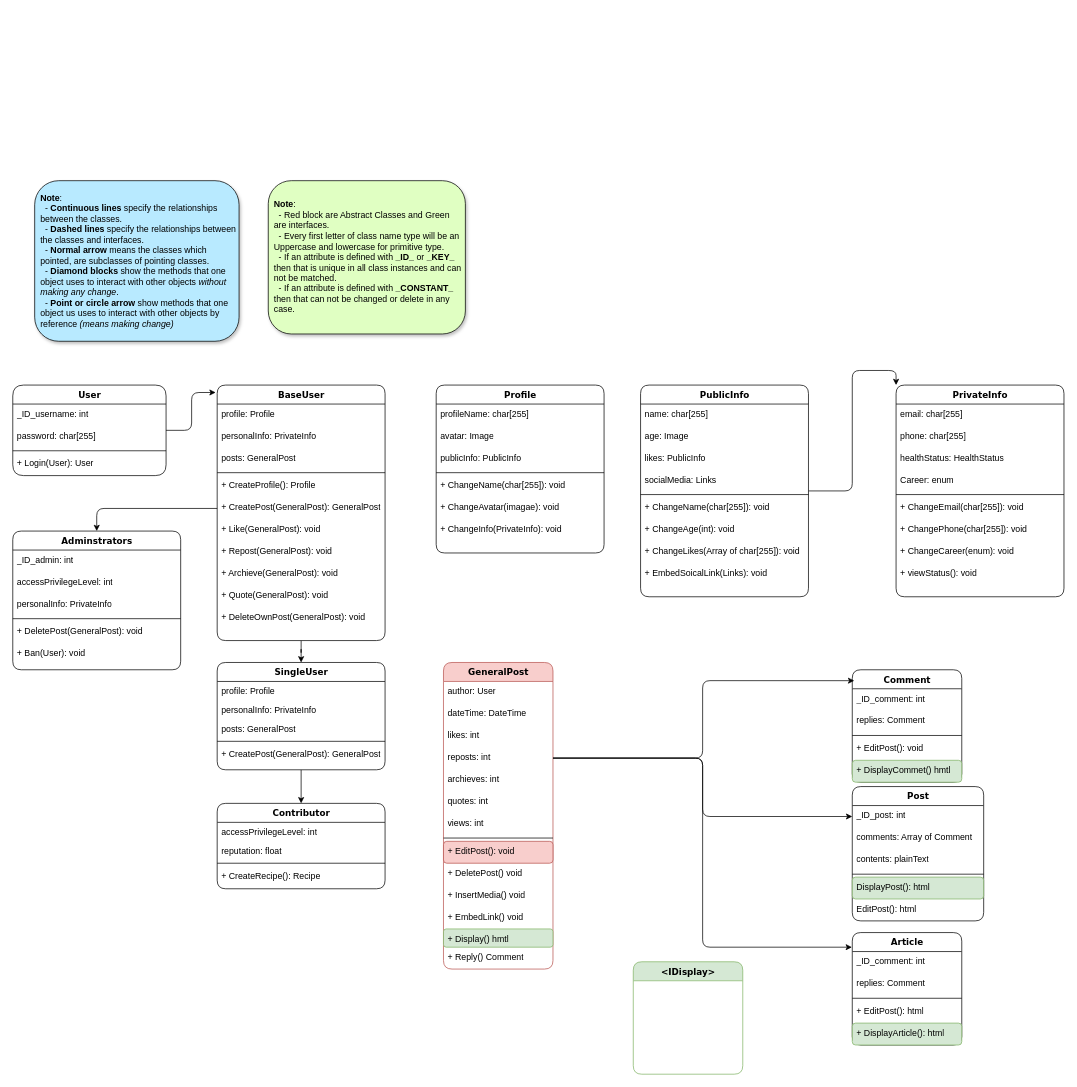
This is Class_Diagram.drawio from KyoTranKMA/DRP-Website, a draw.io file, before an edit. Source tidied: cells renumbered, new cells numbered last; positions are measured from the earlier drawing's top-left corner, leaving out a move shared by most shapes. Both pictures are drawn from the tidied source at 73%, with x=0, y=0 at pixel (12, 180).
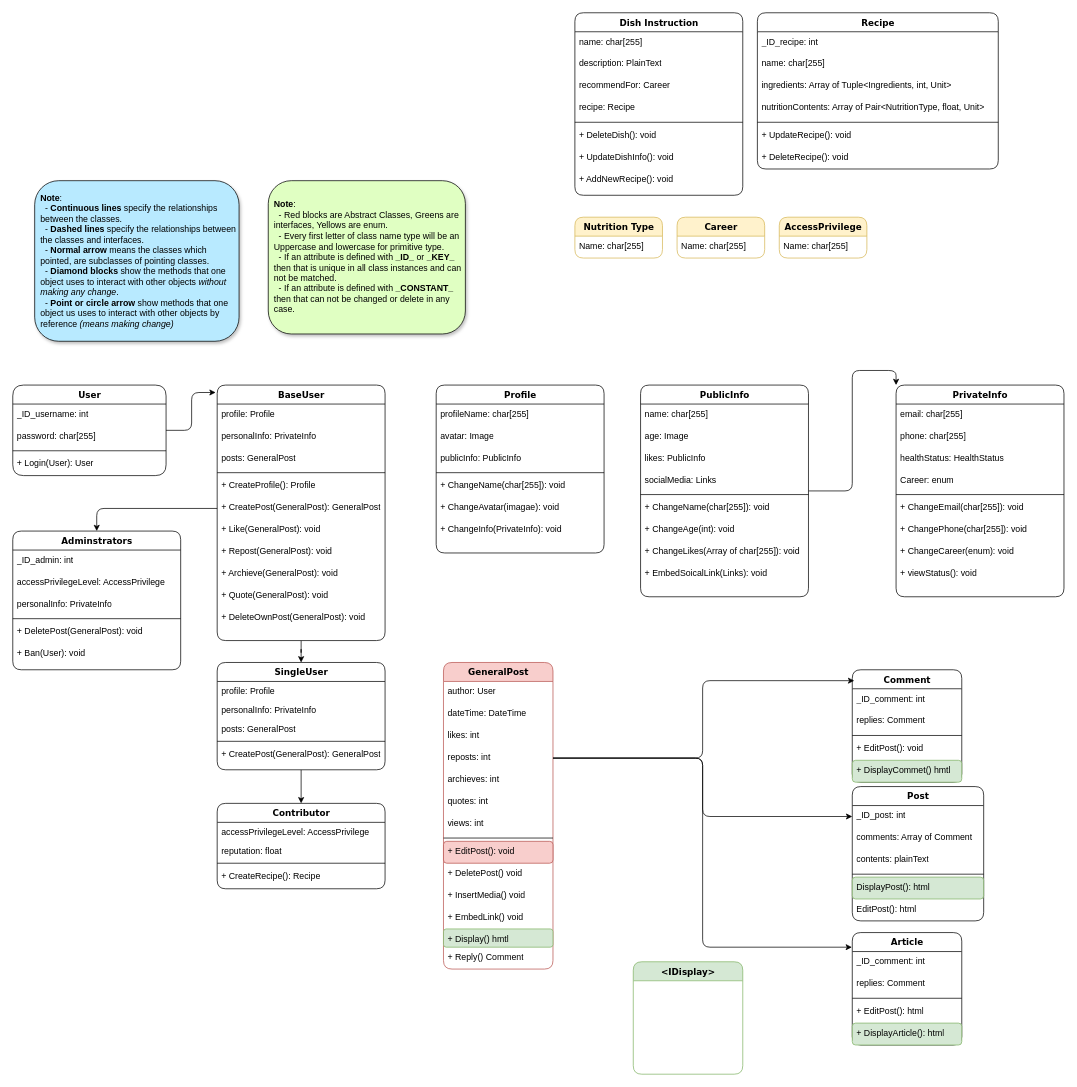
Above is the later version.

The change refers to these unchanged cells:
```xml
<mxCell id="53" value="Adminstrators" style="swimlane;html=1;fontStyle=1;align=center;verticalAlign=top;horizontal=1;startSize=26;swimlaneFillColor=#ffffff;rounded=1;shadow=0;comic=0;labelBackgroundColor=none;strokeWidth=1;fillColor=none;fontFamily=Verdana;fontSize=12;" parent="1" vertex="1">
  <mxGeometry y="480" width="230" height="190" as="geometry" />
</mxCell>
<mxCell id="61" value="Contributor" style="swimlane;html=1;fontStyle=1;align=center;verticalAlign=top;horizontal=1;startSize=26;swimlaneFillColor=#ffffff;rounded=1;shadow=0;comic=0;labelBackgroundColor=none;strokeWidth=1;fillColor=none;fontFamily=Verdana;fontSize=12;" parent="1" vertex="1">
  <mxGeometry x="280" y="853" width="230" height="117" as="geometry" />
</mxCell>
```

What changed in the source:
```diff
@@
-    <mxCell id="36" value="&lt;b&gt;Note&lt;/b&gt;:&amp;nbsp;&lt;br&gt;&amp;nbsp; - Red block are Abstract Classes and Green are interfaces.&lt;br&gt;&amp;nbsp; - Every first letter of class name type will be an Uppercase and lowercase for primitive type.&lt;br&gt;&amp;nbsp; - If an attribute is defined with &lt;b&gt;_ID_&amp;nbsp;&lt;/b&gt;or &lt;b&gt;_KEY_ &lt;/b&gt;then that is unique in all class instances and can not be matched.&amp;nbsp;&lt;br&gt;&amp;nbsp; - If an attribute is defined with &lt;b&gt;_CONSTANT_ &lt;/b&gt;then that can not be changed or delete in any case." style="rounded=1;html=1;fillColor=#E0FFC2;align=left;labelBackgroundColor=none;whiteSpace=wrap;spacing=3;spacingLeft=5;glass=0;shadow=1;" parent="1" vertex="1">
+    <mxCell id="36" value="&lt;b&gt;Note&lt;/b&gt;:&amp;nbsp;&lt;br&gt;&amp;nbsp; - Red blocks are Abstract Classes, Greens are interfaces, Yellows are enum.&lt;br&gt;&amp;nbsp; - Every first letter of class name type will be an Uppercase and lowercase for primitive type.&lt;br&gt;&amp;nbsp; - If an attribute is defined with &lt;b&gt;_ID_&amp;nbsp;&lt;/b&gt;or &lt;b&gt;_KEY_ &lt;/b&gt;then that is unique in all class instances and can not be matched.&amp;nbsp;&lt;br&gt;&amp;nbsp; - If an attribute is defined with &lt;b&gt;_CONSTANT_ &lt;/b&gt;then that can not be changed or delete in any case." style="rounded=1;html=1;fillColor=#E0FFC2;align=left;labelBackgroundColor=none;whiteSpace=wrap;spacing=3;spacingLeft=5;glass=0;shadow=1;" parent="1" vertex="1">
       <mxGeometry x="350" width="270" height="210" as="geometry" />
     </mxCell>
@@
-    <mxCell id="55" value="accessPrivilegeLevel: int" style="text;html=1;strokeColor=none;fillColor=none;align=left;verticalAlign=top;spacingLeft=4;spacingRight=4;whiteSpace=wrap;overflow=hidden;labelBackgroundColor=none;rounded=1;" parent="53" vertex="1">
+    <mxCell id="55" value="accessPrivilegeLevel: AccessPrivilege" style="text;html=1;strokeColor=none;fillColor=none;align=left;verticalAlign=top;spacingLeft=4;spacingRight=4;whiteSpace=wrap;overflow=hidden;labelBackgroundColor=none;rounded=1;" parent="53" vertex="1">
       <mxGeometry y="56" width="230" height="30" as="geometry" />
     </mxCell>
@@
-    <mxCell id="62" value="accessPrivilegeLevel: int" style="text;html=1;strokeColor=none;fillColor=none;align=left;verticalAlign=top;spacingLeft=4;spacingRight=4;whiteSpace=wrap;overflow=hidden;labelBackgroundColor=none;rounded=1;" parent="61" vertex="1">
+    <mxCell id="62" value="accessPrivilegeLevel: AccessPrivilege" style="text;html=1;strokeColor=none;fillColor=none;align=left;verticalAlign=top;spacingLeft=4;spacingRight=4;whiteSpace=wrap;overflow=hidden;labelBackgroundColor=none;rounded=1;" parent="61" vertex="1">
       <mxGeometry y="26" width="230" height="26" as="geometry" />
     </mxCell>
@@
+    <mxCell id="110" value="Dish Instruction" style="swimlane;html=1;fontStyle=1;align=center;verticalAlign=top;horizontal=1;startSize=26;swimlaneFillColor=#ffffff;rounded=1;shadow=0;comic=0;labelBackgroundColor=none;strokeWidth=1;fillColor=none;fontFamily=Verdana;fontSize=12;" parent="1" vertex="1">
+      <mxGeometry x="770" y="-230" width="230" height="250" as="geometry" />
+    </mxCell>
+    <mxCell id="111" value="name: char[255]&amp;nbsp;" style="text;html=1;strokeColor=none;fillColor=none;align=left;verticalAlign=top;spacingLeft=4;spacingRight=4;whiteSpace=wrap;overflow=hidden;labelBackgroundColor=none;rounded=1;" parent="110" vertex="1">
+      <mxGeometry y="26" width="230" height="30" as="geometry" />
+    </mxCell>
+    <mxCell id="112" value="description: PlainText" style="text;html=1;strokeColor=none;fillColor=none;align=left;verticalAlign=top;spacingLeft=4;spacingRight=4;whiteSpace=wrap;overflow=hidden;labelBackgroundColor=none;rounded=1;" parent="110" vertex="1">
+      <mxGeometry y="56" width="230" height="30" as="geometry" />
+    </mxCell>
+    <mxCell id="113" value="recommendFor: Career" style="text;html=1;strokeColor=none;fillColor=none;align=left;verticalAlign=top;spacingLeft=4;spacingRight=4;whiteSpace=wrap;overflow=hidden;labelBackgroundColor=none;rounded=1;" parent="110" vertex="1">
+      <mxGeometry y="86" width="230" height="30" as="geometry" />
+    </mxCell>
+    <mxCell id="114" value="recipe: Recipe" style="text;html=1;strokeColor=none;fillColor=none;align=left;verticalAlign=top;spacingLeft=4;spacingRight=4;whiteSpace=wrap;overflow=hidden;labelBackgroundColor=none;rounded=1;" parent="110" vertex="1">
+      <mxGeometry y="116" width="230" height="30" as="geometry" />
+    </mxCell>
+    <mxCell id="115" style="line;html=1;strokeWidth=1;fillColor=none;align=left;verticalAlign=middle;spacingTop=-1;spacingLeft=3;spacingRight=3;labelPosition=right;labelBackgroundColor=none;rounded=1;" parent="110" vertex="1">
+      <mxGeometry y="146" width="230" height="8" as="geometry" />
+    </mxCell>
+    <mxCell id="116" value="+ DeleteDish(): void" style="text;html=1;strokeColor=none;fillColor=none;align=left;verticalAlign=top;spacingLeft=4;spacingRight=4;whiteSpace=wrap;overflow=hidden;labelBackgroundColor=none;rounded=1;" parent="110" vertex="1">
+      <mxGeometry y="154" width="230" height="30" as="geometry" />
+    </mxCell>
+    <mxCell id="117" value="+ UpdateDishInfo(): void" style="text;html=1;strokeColor=none;fillColor=none;align=left;verticalAlign=top;spacingLeft=4;spacingRight=4;whiteSpace=wrap;overflow=hidden;labelBackgroundColor=none;rounded=1;" parent="110" vertex="1">
+      <mxGeometry y="184" width="230" height="30" as="geometry" />
+    </mxCell>
+    <mxCell id="118" value="+ AddNewRecipe(): void" style="text;html=1;strokeColor=none;fillColor=none;align=left;verticalAlign=top;spacingLeft=4;spacingRight=4;whiteSpace=wrap;overflow=hidden;labelBackgroundColor=none;rounded=1;" parent="110" vertex="1">
+      <mxGeometry y="214" width="230" height="30" as="geometry" />
+    </mxCell>
+    <mxCell id="119" value="Recipe" style="swimlane;html=1;fontStyle=1;align=center;verticalAlign=top;horizontal=1;startSize=26;swimlaneFillColor=#ffffff;rounded=1;shadow=0;comic=0;labelBackgroundColor=none;strokeWidth=1;fillColor=none;fontFamily=Verdana;fontSize=12;" parent="1" vertex="1">
+      <mxGeometry x="1020" y="-230" width="330" height="214" as="geometry" />
+    </mxCell>
+    <mxCell id="120" value="_ID_recipe: int&amp;nbsp;" style="text;html=1;strokeColor=none;fillColor=none;align=left;verticalAlign=top;spacingLeft=4;spacingRight=4;whiteSpace=wrap;overflow=hidden;labelBackgroundColor=none;rounded=1;" parent="119" vertex="1">
+      <mxGeometry y="26" width="330" height="30" as="geometry" />
+    </mxCell>
+    <mxCell id="121" value="name: char[255]" style="text;html=1;strokeColor=none;fillColor=none;align=left;verticalAlign=top;spacingLeft=4;spacingRight=4;whiteSpace=wrap;overflow=hidden;labelBackgroundColor=none;rounded=1;" parent="119" vertex="1">
+      <mxGeometry y="56" width="330" height="30" as="geometry" />
+    </mxCell>
+    <mxCell id="122" value="ingredients: Array of Tuple&amp;lt;Ingredients, int, Unit&amp;gt;" style="text;html=1;strokeColor=none;fillColor=none;align=left;verticalAlign=top;spacingLeft=4;spacingRight=4;whiteSpace=wrap;overflow=hidden;labelBackgroundColor=none;rounded=1;" parent="119" vertex="1">
+      <mxGeometry y="86" width="330" height="30" as="geometry" />
+    </mxCell>
+    <mxCell id="123" value="nutritionContents: Array of Pair&amp;lt;NutritionType, float, Unit&amp;gt;" style="text;html=1;strokeColor=none;fillColor=none;align=left;verticalAlign=top;spacingLeft=4;spacingRight=4;whiteSpace=wrap;overflow=hidden;labelBackgroundColor=none;rounded=1;" parent="119" vertex="1">
+      <mxGeometry y="116" width="330" height="30" as="geometry" />
+    </mxCell>
+    <mxCell id="124" style="line;html=1;strokeWidth=1;fillColor=none;align=left;verticalAlign=middle;spacingTop=-1;spacingLeft=3;spacingRight=3;labelPosition=right;labelBackgroundColor=none;rounded=1;" parent="119" vertex="1">
+      <mxGeometry y="146" width="330" height="8" as="geometry" />
+    </mxCell>
+    <mxCell id="125" value="+ UpdateRecipe(): void" style="text;html=1;strokeColor=none;fillColor=none;align=left;verticalAlign=top;spacingLeft=4;spacingRight=4;whiteSpace=wrap;overflow=hidden;labelBackgroundColor=none;rounded=1;" parent="119" vertex="1">
+      <mxGeometry y="154" width="330" height="30" as="geometry" />
+    </mxCell>
+    <mxCell id="126" value="+ DeleteRecipe(): void" style="text;html=1;strokeColor=none;fillColor=none;align=left;verticalAlign=top;spacingLeft=4;spacingRight=4;whiteSpace=wrap;overflow=hidden;labelBackgroundColor=none;rounded=1;" parent="119" vertex="1">
+      <mxGeometry y="184" width="330" height="30" as="geometry" />
+    </mxCell>
+    <mxCell id="127" value="Nutrition Type" style="swimlane;html=1;fontStyle=1;align=center;verticalAlign=top;horizontal=1;startSize=26;swimlaneFillColor=#ffffff;rounded=1;shadow=0;comic=0;labelBackgroundColor=none;strokeWidth=1;fillColor=#fff2cc;fontFamily=Verdana;fontSize=12;strokeColor=#d6b656;" parent="1" vertex="1">
+      <mxGeometry x="770" y="50" width="120" height="56" as="geometry" />
+    </mxCell>
+    <mxCell id="128" value="Name: char[255]" style="text;html=1;strokeColor=none;fillColor=none;align=left;verticalAlign=top;spacingLeft=4;spacingRight=4;whiteSpace=wrap;overflow=hidden;labelBackgroundColor=none;rounded=1;" parent="127" vertex="1">
+      <mxGeometry y="26" width="120" height="30" as="geometry" />
+    </mxCell>
+    <mxCell id="129" value="Career" style="swimlane;html=1;fontStyle=1;align=center;verticalAlign=top;horizontal=1;startSize=26;swimlaneFillColor=#ffffff;rounded=1;shadow=0;comic=0;labelBackgroundColor=none;strokeWidth=1;fillColor=#fff2cc;fontFamily=Verdana;fontSize=12;strokeColor=#d6b656;" parent="1" vertex="1">
+      <mxGeometry x="910" y="50" width="120" height="56" as="geometry" />
+    </mxCell>
+    <mxCell id="130" value="Name: char[255]" style="text;html=1;strokeColor=none;fillColor=none;align=left;verticalAlign=top;spacingLeft=4;spacingRight=4;whiteSpace=wrap;overflow=hidden;labelBackgroundColor=none;rounded=1;" parent="129" vertex="1">
+      <mxGeometry y="26" width="120" height="30" as="geometry" />
+    </mxCell>
+    <mxCell id="131" value="AccessPrivilege" style="swimlane;html=1;fontStyle=1;align=center;verticalAlign=top;horizontal=1;startSize=26;swimlaneFillColor=#ffffff;rounded=1;shadow=0;comic=0;labelBackgroundColor=none;strokeWidth=1;fillColor=#fff2cc;fontFamily=Verdana;fontSize=12;strokeColor=#d6b656;" parent="1" vertex="1">
+      <mxGeometry x="1050" y="50" width="120" height="56" as="geometry" />
+    </mxCell>
+    <mxCell id="132" value="Name: char[255]" style="text;html=1;strokeColor=none;fillColor=none;align=left;verticalAlign=top;spacingLeft=4;spacingRight=4;whiteSpace=wrap;overflow=hidden;labelBackgroundColor=none;rounded=1;" parent="131" vertex="1">
+      <mxGeometry y="26" width="120" height="30" as="geometry" />
+    </mxCell>
```
